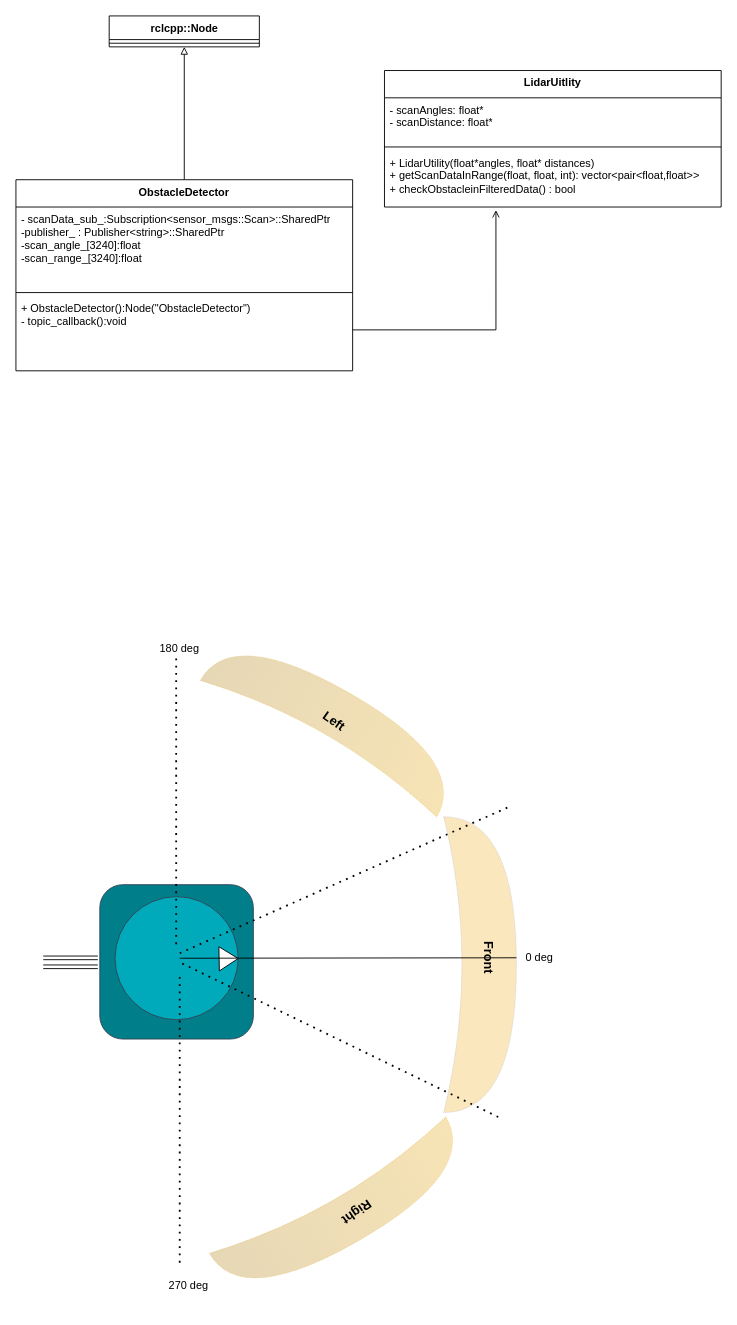
Before: Diagrams/UML/obstacle uml.drawio in mekuro9/PWAO-CSU, a draw.io diagram. Source tidied: cells renumbered, new cells numbered last; positions are measured from the earlier drawing's top-left corner, leaving out a move shared by most shapes. Both pictures are drawn from the tidied source at 91%, with x=0, y=0 at pixel (15, 15).
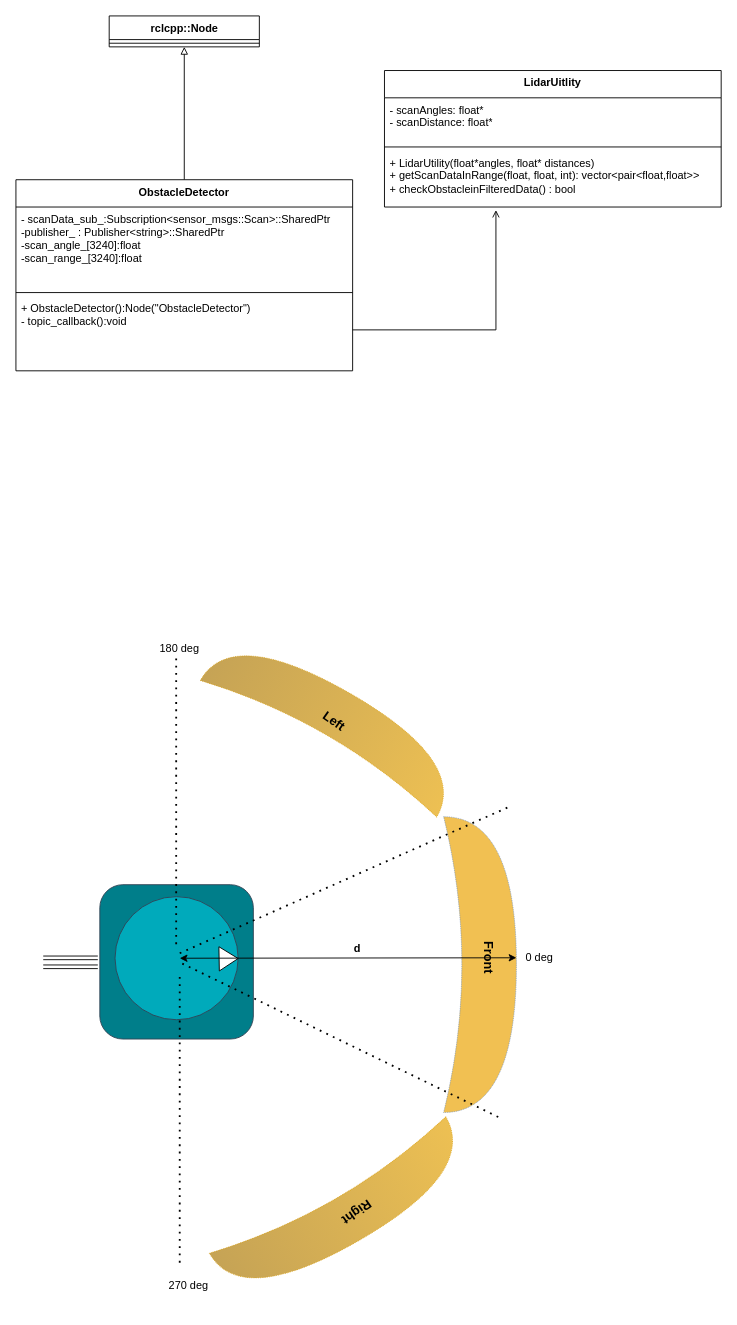
After the change.

Unchanged cells that the change refers to:
```xml
<mxCell id="16" style="group;rotation=-180;" parent="15" vertex="1">
  <mxGeometry x="90" width="158.7" height="163.8" as="geometry" />
</mxCell>
```

Change to the diagram source:
```diff
@@
-    <mxCell id="2" style="shape=xor;whiteSpace=wrap;html=1;shadow=0;dashed=1;dashPattern=1 1;fillColor=#eeb127;strokeColor=#6c8ebf;opacity=30;" parent="1" vertex="1">
+    <mxCell id="2" style="shape=xor;whiteSpace=wrap;html=1;shadow=0;dashed=1;dashPattern=1 1;fillColor=#eeb127;strokeColor=#6c8ebf;opacity=80;" parent="1" vertex="1">
       <mxGeometry x="470" y="880" width="80" height="325" as="geometry" />
     </mxCell>
@@
-    <mxCell id="20" style="endArrow=none;html=1;rounded=0;" parent="16" edge="1">
+    <mxCell id="20" style="endArrow=classic;html=1;rounded=0;endFill=1;startArrow=classic;startFill=1;" parent="16" edge="1">
       <mxGeometry relative="1" as="geometry">
         <mxPoint x="60" y="65.5" as="sourcePoint" />
         <mxPoint x="430" y="65" as="targetPoint" />
       </mxGeometry>
     </mxCell>
@@
-    <mxCell id="31" style="shape=xor;whiteSpace=wrap;html=1;shadow=0;dashed=1;dashPattern=1 1;fillColor=#ad7c0d;strokeColor=#d79b00;opacity=30;direction=south;rotation=-150;gradientColor=#e5a50a;" parent="1" vertex="1">
+    <mxCell id="31" style="shape=xor;whiteSpace=wrap;html=1;shadow=0;dashed=1;dashPattern=1 1;fillColor=#ad7c0d;strokeColor=#d79b00;opacity=70;direction=south;rotation=-150;gradientColor=#e5a50a;" parent="1" vertex="1">
       <mxGeometry x="200" y="740" width="300" height="70" as="geometry" />
     </mxCell>
-    <mxCell id="32" style="shape=xor;whiteSpace=wrap;html=1;shadow=0;dashed=1;dashPattern=1 1;fillColor=#ad7c0d;strokeColor=#d79b00;opacity=30;direction=south;rotation=-30;gradientColor=#e5a50a;gradientDirection=north;" parent="1" vertex="1">
+    <mxCell id="32" style="shape=xor;whiteSpace=wrap;html=1;shadow=0;dashed=1;dashPattern=1 1;fillColor=#ad7c0d;strokeColor=#d79b00;opacity=70;direction=south;rotation=-30;gradientColor=#e5a50a;gradientDirection=north;" parent="1" vertex="1">
       <mxGeometry x="210" y="1280" width="300" height="70" as="geometry" />
     </mxCell>
@@
+    <mxCell id="36" value="&lt;b&gt;d&lt;/b&gt;" style="text;html=1;align=center;verticalAlign=middle;strokeColor=none;fillColor=none;" parent="1" vertex="1">
+      <mxGeometry x="360" y="1010" width="30" height="30" as="geometry" />
+    </mxCell>
```
